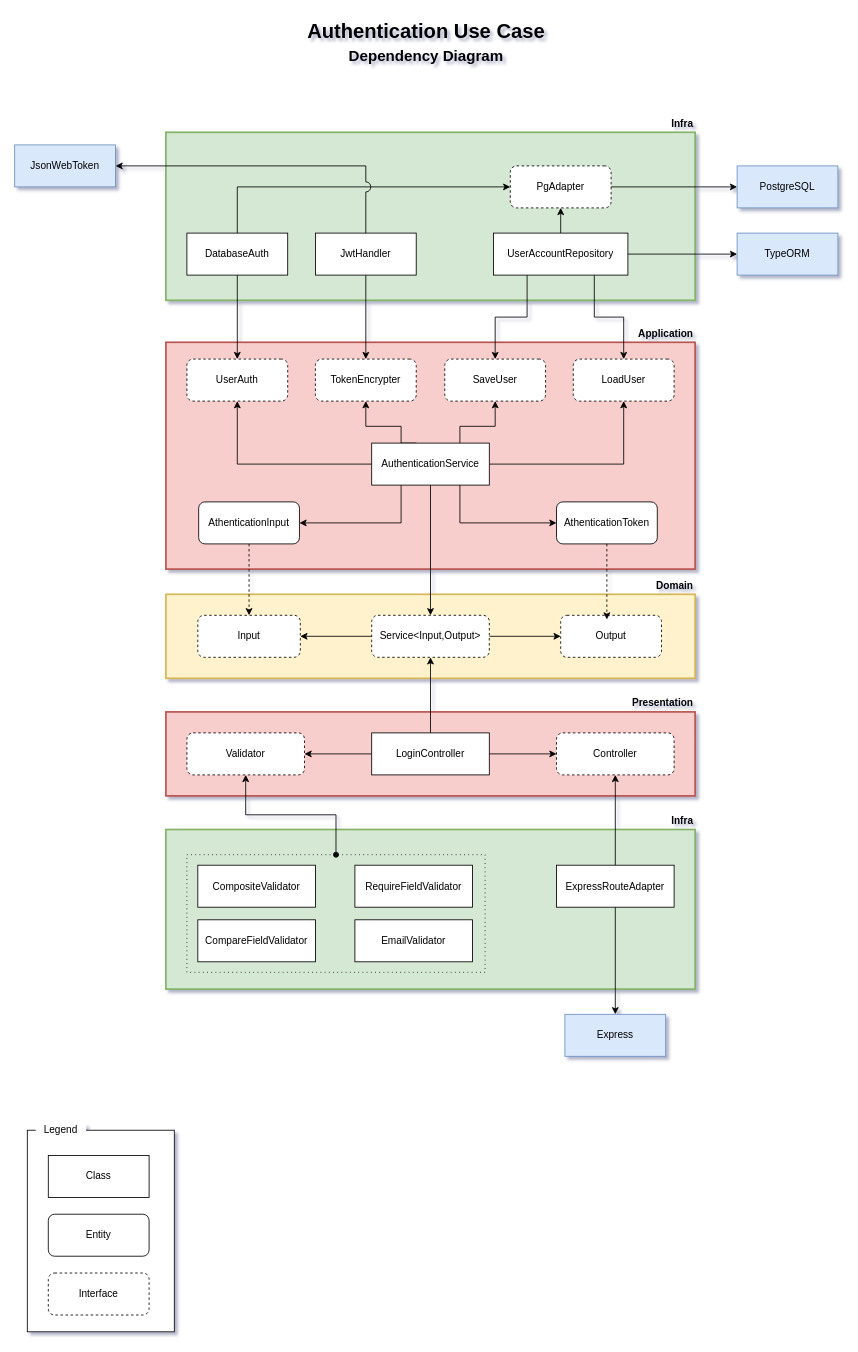
The draw.io diagram page "authentication-clean" (1 of 2) of docs/diagrams/authentication/authentication.drawio in uespi-phb/20251-tec1, before the edit. Source tidied: cells renumbered, new cells numbered last; positions are measured from the earlier drawing's top-left corner, leaving out a move shared by most shapes. Both pictures are drawn from the tidied source at 84%, with x=0, y=0 at pixel (14, 14).
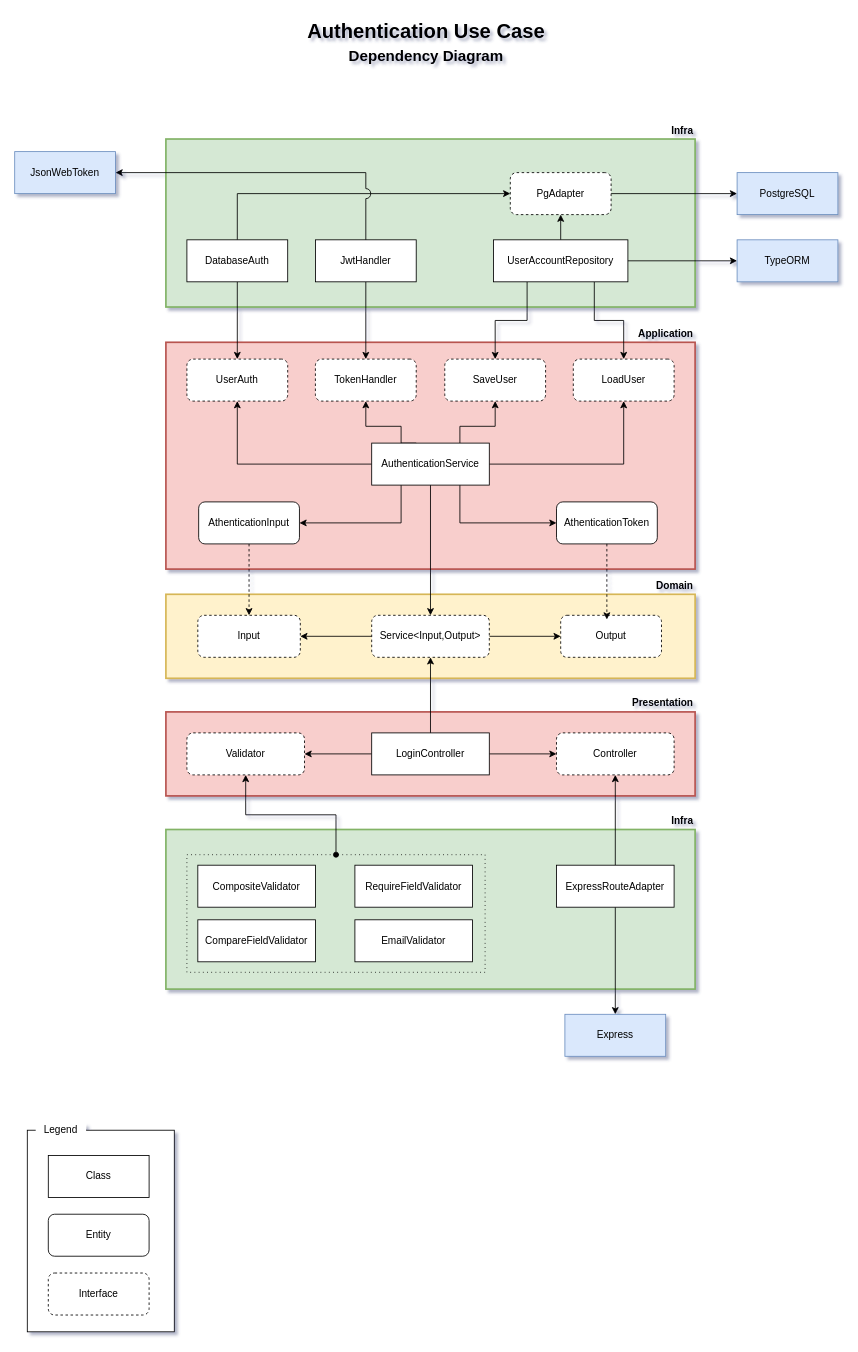
The same page after the edit.

Diff of the diagram source:
```diff
@@
     <mxCell id="4" style="rounded=0;whiteSpace=wrap;html=1;strokeWidth=2;fillColor=#d5e8d4;strokeColor=#82b366;" parent="1" vertex="1">
-      <mxGeometry x="180" y="140" width="630" height="200" as="geometry" />
+      <mxGeometry x="180" y="148" width="630" height="200" as="geometry" />
     </mxCell>
@@
-    <mxCell id="28" value="TokenEncrypter" style="rounded=1;whiteSpace=wrap;html=1;dashed=1;flipH=1;" parent="1" vertex="1">
+    <mxCell id="28" value="TokenHandler" style="rounded=1;whiteSpace=wrap;html=1;dashed=1;flipH=1;" parent="1" vertex="1">
       <mxGeometry x="358" y="410" width="120" height="50" as="geometry" />
     </mxCell>
@@
     <mxCell id="35" value="TypeORM" style="rounded=0;whiteSpace=wrap;html=1;glass=0;shadow=0;fillColor=#dae8fc;strokeColor=#6c8ebf;" parent="1" vertex="1">
-      <mxGeometry x="860" y="260" width="120" height="50" as="geometry" />
+      <mxGeometry x="860" y="268" width="120" height="50" as="geometry" />
     </mxCell>
     <mxCell id="36" value="JsonWebToken" style="rounded=0;whiteSpace=wrap;html=1;glass=0;shadow=0;fillColor=#dae8fc;strokeColor=#6c8ebf;" parent="1" vertex="1">
-      <mxGeometry y="155" width="120" height="50" as="geometry" />
+      <mxGeometry y="163" width="120" height="50" as="geometry" />
     </mxCell>
     <mxCell id="37" value="PostgreSQL" style="rounded=0;whiteSpace=wrap;html=1;glass=0;shadow=0;fillColor=#dae8fc;strokeColor=#6c8ebf;" parent="1" vertex="1">
-      <mxGeometry x="860" y="180" width="120" height="50" as="geometry" />
+      <mxGeometry x="860" y="188" width="120" height="50" as="geometry" />
     </mxCell>
@@
     <mxCell id="44" style="edgeStyle=orthogonalEdgeStyle;rounded=0;jettySize=auto;html=1;entryX=0;entryY=0.5;entryDx=0;entryDy=0;" parent="1" edge="1" source="46" target="68">
       <mxGeometry relative="1" as="geometry">
         <Array as="points">
-          <mxPoint x="265" y="205" />
+          <mxPoint x="265" y="213" />
         </Array>
       </mxGeometry>
     </mxCell>
@@
     <mxCell id="46" value="DatabaseAuth" style="rounded=0;whiteSpace=wrap;html=1;glass=0;shadow=0;points=[[0,0,0,0,0],[0,0.25,0,0,0],[0,0.5,0,0,0],[0,0.75,0,0,0],[0,1,0,0,0],[0.13,0,0,0,0],[0.25,0,0,0,0],[0.25,1,0,0,0],[0.38,0,0,0,0],[0.5,0,0,0,0],[0.5,1,0,0,0],[0.62,0,0,0,0],[0.75,0,0,0,0],[0.75,1,0,0,0],[0.88,0,0,0,0],[1,0,0,0,0],[1,0.25,0,0,0],[1,0.5,0,0,0],[1,0.75,0,0,0],[1,1,0,0,0]];" parent="1" vertex="1">
-      <mxGeometry x="205" y="260" width="120" height="50" as="geometry" />
+      <mxGeometry x="205" y="268" width="120" height="50" as="geometry" />
     </mxCell>
     <mxCell id="47" value="JwtHandler" style="rounded=0;whiteSpace=wrap;html=1;glass=0;shadow=0;points=[[0,0,0,0,0],[0,0.25,0,0,0],[0,0.5,0,0,0],[0,0.75,0,0,0],[0,1,0,0,0],[0.13,0,0,0,0],[0.25,0,0,0,0],[0.25,1,0,0,0],[0.38,0,0,0,0],[0.5,0,0,0,0],[0.5,1,0,0,0],[0.62,0,0,0,0],[0.75,0,0,0,0],[0.75,1,0,0,0],[0.88,0,0,0,0],[1,0,0,0,0],[1,0.25,0,0,0],[1,0.5,0,0,0],[1,0.75,0,0,0],[1,1,0,0,0]];" parent="1" vertex="1">
-      <mxGeometry x="358" y="260" width="120" height="50" as="geometry" />
+      <mxGeometry x="358" y="268" width="120" height="50" as="geometry" />
     </mxCell>
     <mxCell id="48" value="UserAccountRepository" style="rounded=0;whiteSpace=wrap;html=1;glass=0;shadow=0;points=[[0,0,0,0,0],[0,0.25,0,0,0],[0,0.5,0,0,0],[0,0.75,0,0,0],[0,1,0,0,0],[0.13,0,0,0,0],[0.25,0,0,0,0],[0.25,1,0,0,0],[0.38,0,0,0,0],[0.5,0,0,0,0],[0.5,1,0,0,0],[0.62,0,0,0,0],[0.75,0,0,0,0],[0.75,1,0,0,0],[0.88,0,0,0,0],[1,0,0,0,0],[1,0.25,0,0,0],[1,0.5,0,0,0],[1,0.75,0,0,0],[1,1,0,0,0]];" parent="1" vertex="1">
-      <mxGeometry x="570" y="260" width="160" height="50" as="geometry" />
+      <mxGeometry x="570" y="268" width="160" height="50" as="geometry" />
     </mxCell>
     <mxCell id="49" value="Infra" style="text;html=1;strokeColor=none;fillColor=none;align=right;verticalAlign=middle;whiteSpace=wrap;rounded=0;fontSize=12;fontStyle=1;" parent="1" vertex="1">
-      <mxGeometry x="690" y="120" width="120" height="20" as="geometry" />
+      <mxGeometry x="690" y="128" width="120" height="20" as="geometry" />
     </mxCell>
@@
     <mxCell id="51" style="edgeStyle=orthogonalEdgeStyle;rounded=0;jettySize=auto;html=1;entryX=1;entryY=0.5;entryDx=0;entryDy=0;strokeColor=#000000;jumpStyle=arc;jumpSize=12;" parent="1" edge="1" source="47" target="36">
       <mxGeometry relative="1" as="geometry">
         <Array as="points">
-          <mxPoint x="418" y="180" />
+          <mxPoint x="418" y="188" />
         </Array>
       </mxGeometry>
     </mxCell>
@@
     <mxCell id="68" value="PgAdapter" style="rounded=1;whiteSpace=wrap;html=1;dashed=1;flipH=1;" parent="1" vertex="1">
-      <mxGeometry x="590" y="180" width="120" height="50" as="geometry" />
+      <mxGeometry x="590" y="188" width="120" height="50" as="geometry" />
     </mxCell>
```
